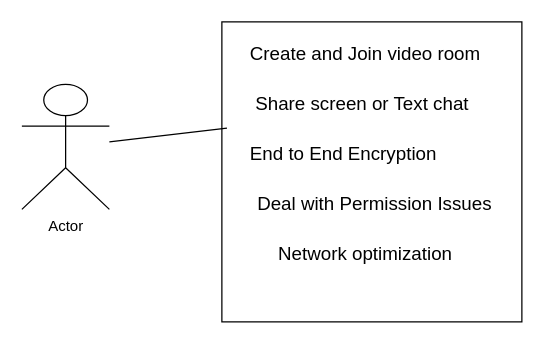
Above: UML_usecase.drawio in aman1521coder/realtime_chat_with_go (draw.io), before the change. Source tidied: cells renumbered, new cells numbered last; positions are measured from the earlier drawing's top-left corner, leaving out a move shared by most shapes. Both pictures are drawn from the tidied source at 125%, with x=0, y=0 at pixel (21, 21).
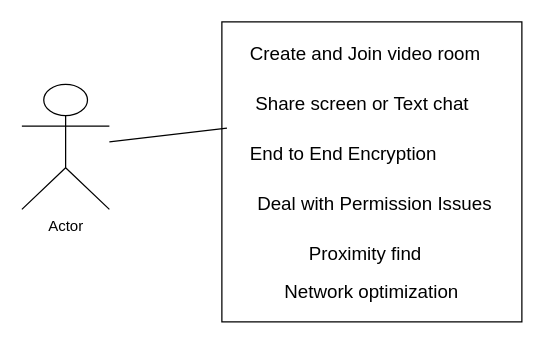
The same page after the edit.

Commit message:
usecase diagram

added proximity find

The edit, as a diff of the source:
```diff
@@
 <mxGraphModel>
   <root>
     <mxCell id="0" />
     <mxCell id="1" parent="0" />
     <mxCell id="2" value="Actor" style="shape=umlActor;verticalLabelPosition=bottom;verticalAlign=top;html=1;outlineConnect=0;" parent="1" vertex="1">
       <mxGeometry y="50" width="70" height="100" as="geometry" />
     </mxCell>
     <mxCell id="3" style="whiteSpace=wrap;html=1;" parent="1" vertex="1">
       <mxGeometry x="160" width="240" height="240" as="geometry" />
     </mxCell>
     <mxCell id="4" value="Create and Join video room" style="text;html=1;align=center;verticalAlign=middle;whiteSpace=wrap;rounded=0;fontSize=15;" parent="1" vertex="1">
       <mxGeometry x="180" y="10" width="190" height="30" as="geometry" />
     </mxCell>
     <mxCell id="5" value="Share screen or Text chat" style="text;html=1;align=center;verticalAlign=middle;whiteSpace=wrap;rounded=0;fontSize=15;" parent="1" vertex="1">
       <mxGeometry x="185" y="50" width="175" height="30" as="geometry" />
     </mxCell>
     <mxCell id="6" value="End to End Encryption" style="text;html=1;align=center;verticalAlign=middle;whiteSpace=wrap;rounded=0;fontSize=15;" parent="1" vertex="1">
       <mxGeometry x="165" y="90" width="185" height="30" as="geometry" />
     </mxCell>
-    <mxCell id="7" value="Network optimization" style="text;html=1;align=center;verticalAlign=middle;whiteSpace=wrap;rounded=0;fontSize=15;" parent="1" vertex="1">
+    <mxCell id="7" value="Proximity find" style="text;html=1;align=center;verticalAlign=middle;whiteSpace=wrap;rounded=0;fontSize=15;" parent="1" vertex="1">
       <mxGeometry x="195" y="170" width="160" height="30" as="geometry" />
     </mxCell>
     <mxCell id="8" value="Deal with Permission Issues" style="text;html=1;align=center;verticalAlign=middle;whiteSpace=wrap;rounded=0;fontSize=15;" parent="1" vertex="1">
       <mxGeometry x="185" y="130" width="195" height="30" as="geometry" />
     </mxCell>
     <mxCell id="9" style="endArrow=none;html=1;entryX=0.017;entryY=0.354;entryDx=0;entryDy=0;entryPerimeter=0;" parent="1" edge="1" source="2" target="3">
       <mxGeometry relative="1" as="geometry" />
     </mxCell>
+    <mxCell id="10" value="Network optimization" style="text;html=1;align=center;verticalAlign=middle;whiteSpace=wrap;rounded=0;fontSize=15;" parent="1" vertex="1">
+      <mxGeometry x="200" y="200" width="160" height="30" as="geometry" />
+    </mxCell>
   </root>
 </mxGraphModel>
```
